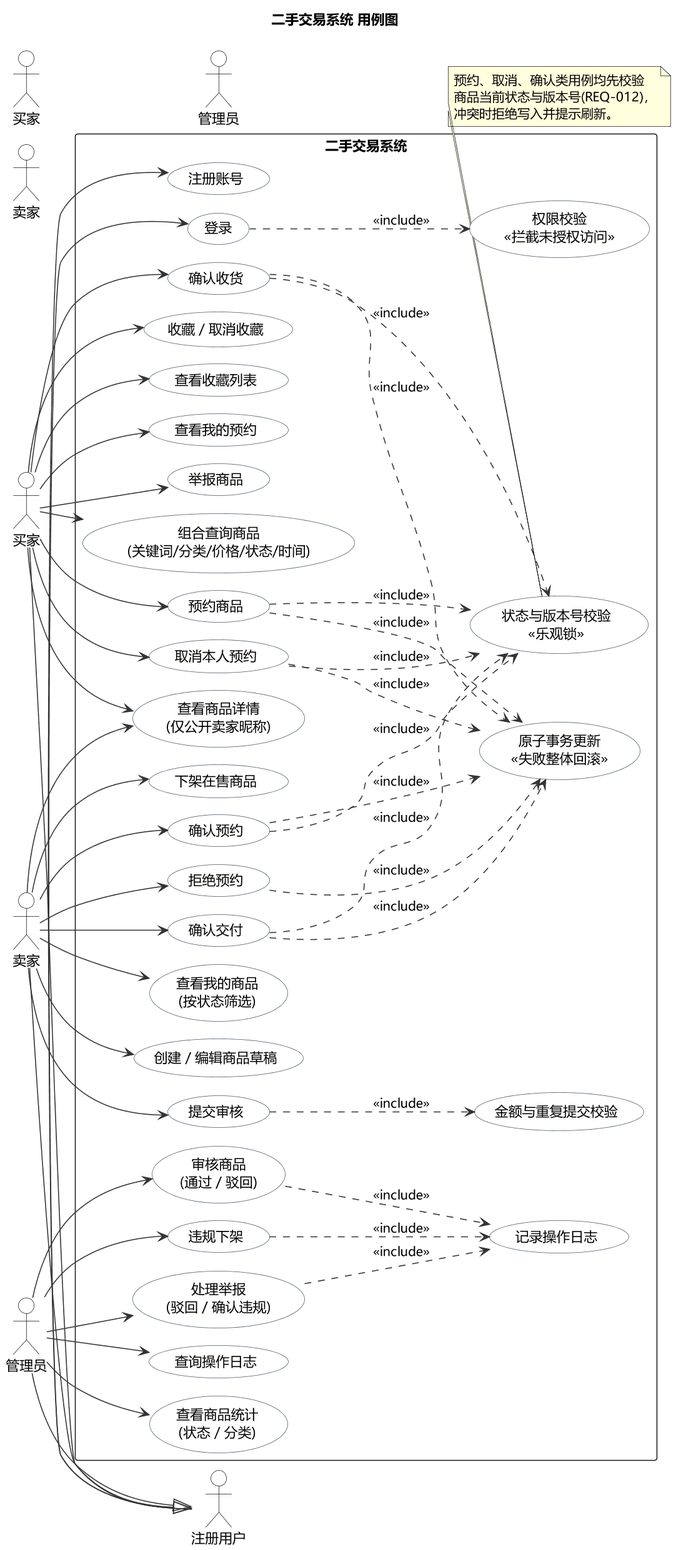
The PlantUML diagram lab2/实验2_251220154_王鸣骏/UML/UML用例图.png in HarryPotter-jun/second-hand-trading-system-lab1-rebuild, before a commit.
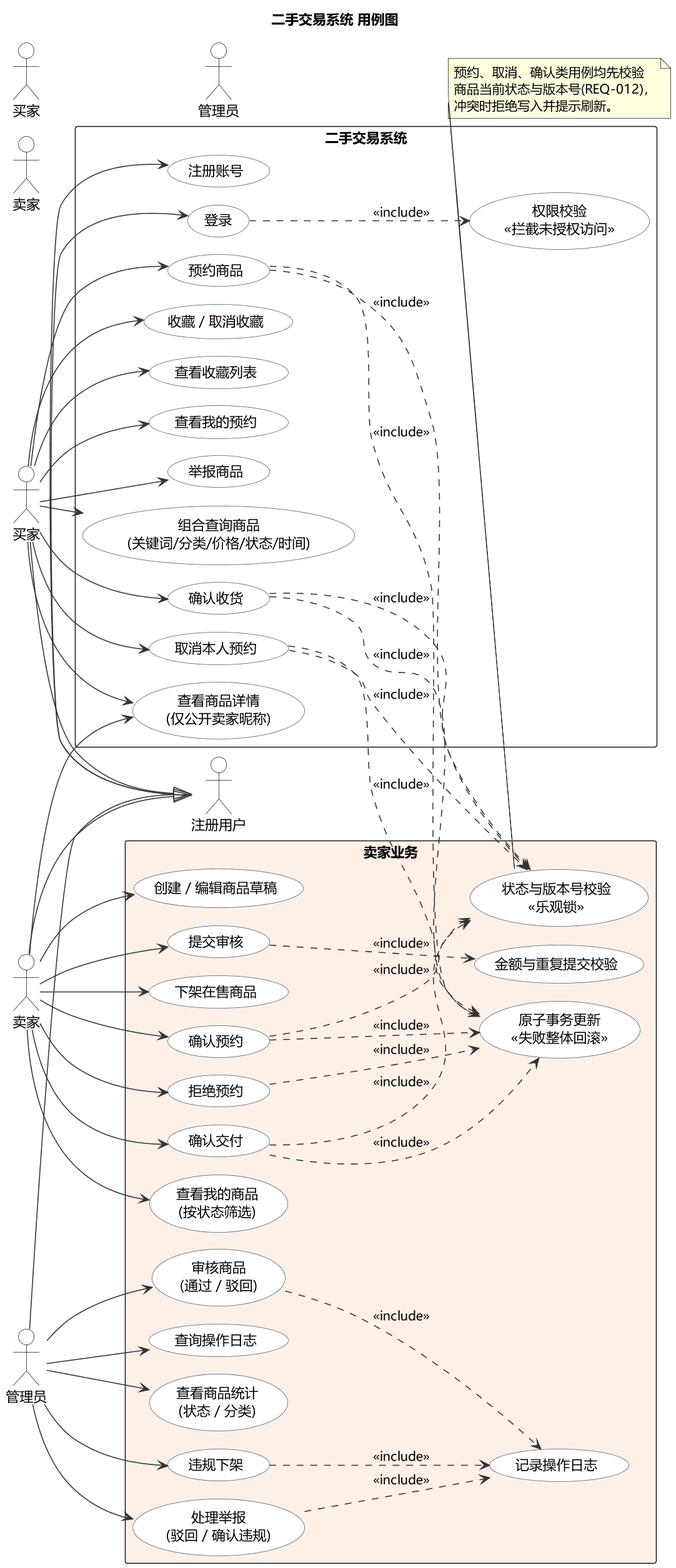
The same file after the commit.

Commit message:
lab2 第十二次人工修改：用例图按功能域分组重绘

What changed in the source:
```diff
@@ -35,7 +35,9 @@
   usecase "查看收藏列表" as UC17
   usecase "查看我的预约" as UC18
   usecase "举报商品" as UC19
+  }
 
+  package "卖家业务" #FDF0E7 {
   usecase "创建 / 编辑商品草稿" as UC21
   usecase "提交审核" as UC22
   usecase "下架在售商品" as UC23
```
